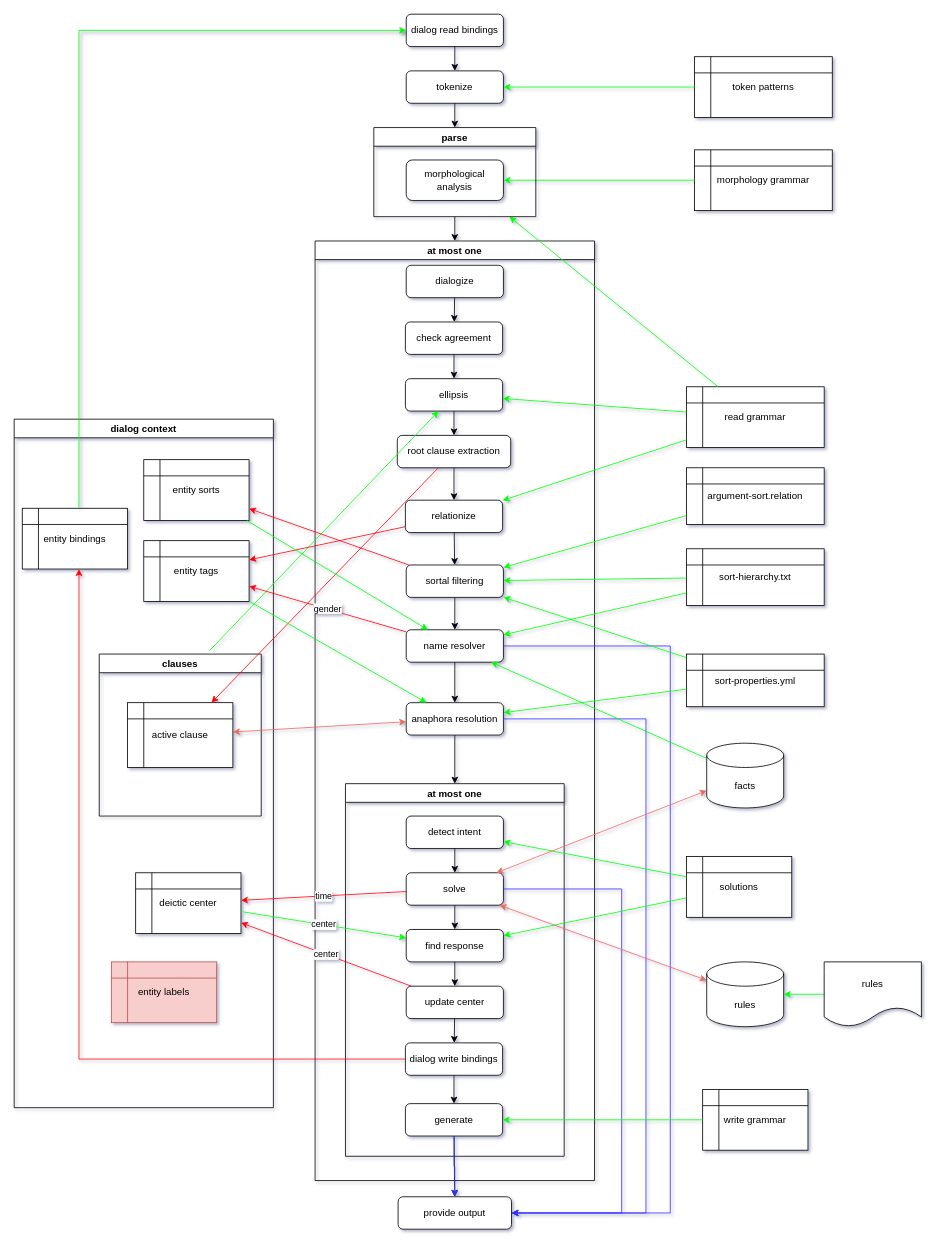
Before: doc/diagram/system1.drawio in garfix/nli-go, a draw.io diagram. Source tidied: cells renumbered, new cells numbered last; positions are measured from the earlier drawing's top-left corner, leaving out a move shared by most shapes. Both pictures are drawn from the tidied source at 81%, with x=0, y=0 at pixel (14, 14).
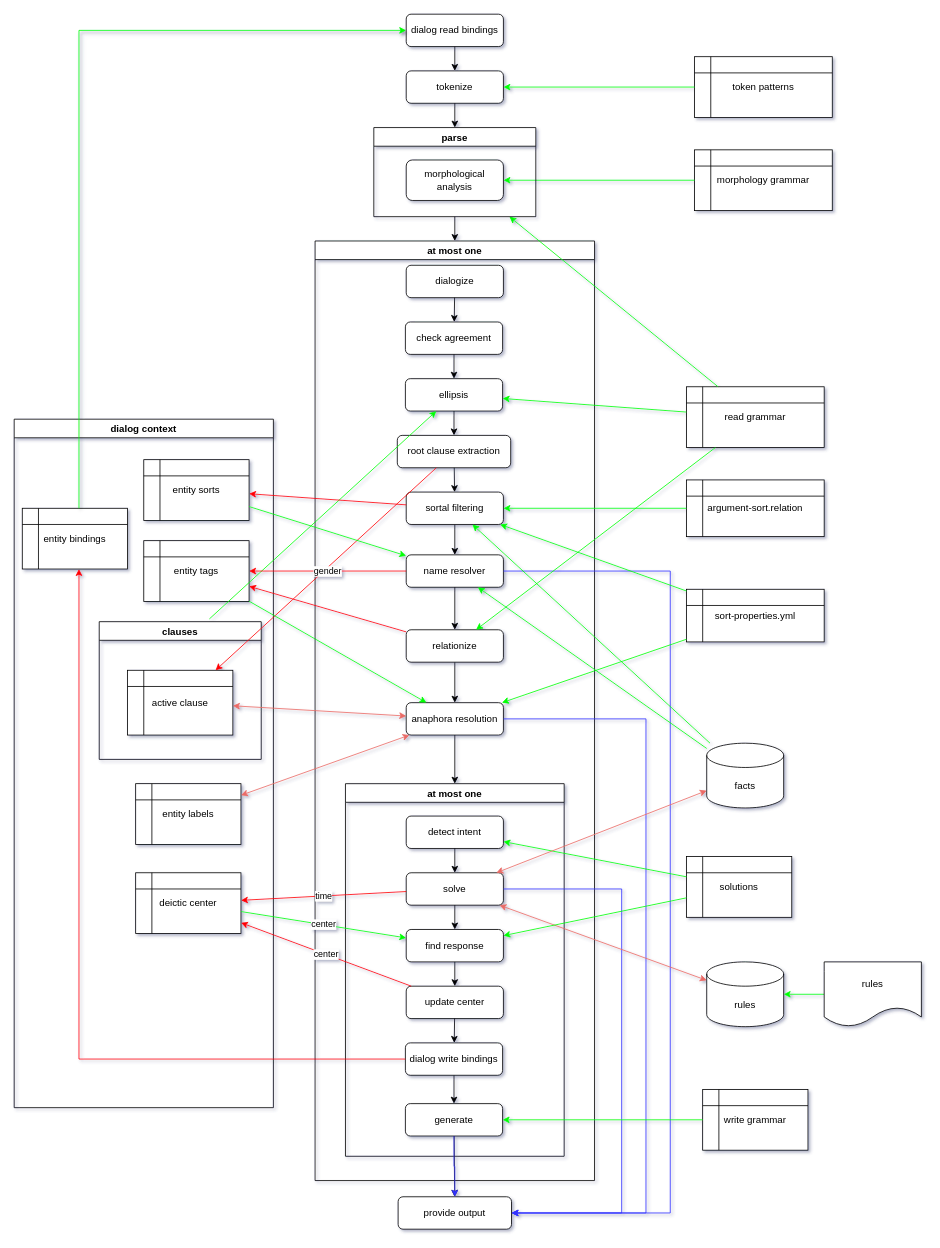
The same page after the edit.

The change refers to these unchanged cells:
```xml
<mxCell id="4" value="at most one" style="swimlane;" parent="1" vertex="1">
  <mxGeometry x="371.5" y="280" width="345" height="1160" as="geometry" />
</mxCell>
<mxCell id="7" value="root clause extraction" style="rounded=1;whiteSpace=wrap;html=1;fontSize=12;glass=0;strokeWidth=1;shadow=0;" parent="4" vertex="1">
  <mxGeometry x="101.5" y="240" width="140" height="40" as="geometry" />
</mxCell>
<mxCell id="23" value="anaphora resolution" style="rounded=1;whiteSpace=wrap;html=1;" parent="4" vertex="1">
  <mxGeometry x="112.5" y="570" width="120" height="40" as="geometry" />
</mxCell>
<mxCell id="45" value="dialog context" style="swimlane;" parent="1" vertex="1">
  <mxGeometry y="500" width="320" height="850" as="geometry" />
</mxCell>
<mxCell id="65" value="facts" style="shape=cylinder3;whiteSpace=wrap;html=1;boundedLbl=1;backgroundOutline=1;size=15;" parent="1" vertex="1">
  <mxGeometry x="855" y="900" width="95" height="80" as="geometry" />
</mxCell>
```

The edit, as a diff of the source:
```diff
@@
-    <mxCell id="24" value="relationize" style="rounded=1;whiteSpace=wrap;html=1;" parent="4" vertex="1">
-      <mxGeometry x="111.5" y="320" width="120" height="40" as="geometry" />
-    </mxCell>
-    <mxCell id="25" style="endArrow=classic;html=1;rounded=0;" parent="4" edge="1" source="7" target="24">
+    <mxCell id="25" style="endArrow=classic;html=1;rounded=0;" parent="4" edge="1" source="7" target="29">
       <mxGeometry relative="1" as="geometry" />
     </mxCell>
     <mxCell id="26" value="name resolver" style="rounded=1;whiteSpace=wrap;html=1;" parent="4" vertex="1">
-      <mxGeometry x="112.5" y="480" width="120" height="40" as="geometry" />
+      <mxGeometry x="112.5" y="387.5" width="120" height="40" as="geometry" />
     </mxCell>
-    <mxCell id="27" style="endArrow=classic;html=1;rounded=0;" parent="4" edge="1" source="26" target="23">
+    <mxCell id="27" style="endArrow=classic;html=1;rounded=0;" parent="4" edge="1" source="26" target="24">
       <mxGeometry relative="1" as="geometry" />
     </mxCell>
@@
     <mxCell id="29" value="sortal filtering" style="rounded=1;whiteSpace=wrap;html=1;" parent="4" vertex="1">
-      <mxGeometry x="112.5" y="400" width="120" height="40" as="geometry" />
+      <mxGeometry x="112.5" y="310" width="120" height="40" as="geometry" />
     </mxCell>
-    <mxCell id="30" style="endArrow=classic;html=1;rounded=0;" parent="4" edge="1" source="24" target="29">
+    <mxCell id="30" style="endArrow=classic;html=1;rounded=0;" parent="4" edge="1" source="24" target="23">
       <mxGeometry relative="1" as="geometry" />
     </mxCell>
@@
+    <mxCell id="24" value="relationize" style="rounded=1;whiteSpace=wrap;html=1;" parent="4" vertex="1">
+      <mxGeometry x="112.5" y="480" width="120" height="40" as="geometry" />
+    </mxCell>
@@
     <mxCell id="49" value="clauses" style="swimlane;" parent="45" vertex="1">
-      <mxGeometry x="105" y="290" width="200" height="200" as="geometry" />
+      <mxGeometry x="105" y="250" width="200" height="170" as="geometry" />
     </mxCell>
@@
-    <mxCell id="52" value="entity labels" style="shape=internalStorage;whiteSpace=wrap;html=1;backgroundOutline=1;fillColor=#f8cecc;strokeColor=#b85450;" parent="45" vertex="1">
-      <mxGeometry x="120" y="670" width="130" height="75" as="geometry" />
+    <mxCell id="52" value="entity labels" style="shape=internalStorage;whiteSpace=wrap;html=1;backgroundOutline=1;" parent="45" vertex="1">
+      <mxGeometry x="150" y="450" width="130" height="75" as="geometry" />
     </mxCell>
@@
     <mxCell id="78" value="sort-properties.yml" style="shape=internalStorage;whiteSpace=wrap;html=1;backgroundOutline=1;" parent="1" vertex="1">
-      <mxGeometry x="830" y="790" width="170" height="65" as="geometry" />
+      <mxGeometry x="830" y="710" width="170" height="65" as="geometry" />
     </mxCell>
@@
-    <mxCell id="81" value="sort-hierarchy.txt" style="shape=internalStorage;whiteSpace=wrap;html=1;backgroundOutline=1;" parent="1" vertex="1">
-      <mxGeometry x="830" y="660" width="170" height="70" as="geometry" />
-    </mxCell>
-    <mxCell id="82" style="endArrow=classic;html=1;rounded=0;strokeColor=#00FF00;" parent="1" edge="1" source="81" target="26">
-      <mxGeometry relative="1" as="geometry" />
-    </mxCell>
@@
     <mxCell id="88" value="argument-sort.relation" style="shape=internalStorage;whiteSpace=wrap;html=1;backgroundOutline=1;" parent="1" vertex="1">
-      <mxGeometry x="830" y="560" width="170" height="70" as="geometry" />
+      <mxGeometry x="830" y="575" width="170" height="70" as="geometry" />
     </mxCell>
@@
-    <mxCell id="90" style="endArrow=classic;html=1;rounded=0;strokeColor=#00FF00;" parent="1" edge="1" source="81" target="29">
-      <mxGeometry relative="1" as="geometry" />
-    </mxCell>
@@
+    <mxCell id="93" style="endArrow=classic;html=1;rounded=0;strokeColor=#00FF00;" parent="1" edge="1" source="65" target="29">
+      <mxGeometry relative="1" as="geometry" />
+    </mxCell>
+    <mxCell id="94" style="endArrow=classic;startArrow=classic;html=1;rounded=0;strokeColor=#EA6B66;" parent="1" edge="1" source="23" target="52">
+      <mxGeometry relative="1" as="geometry" />
+    </mxCell>
```
